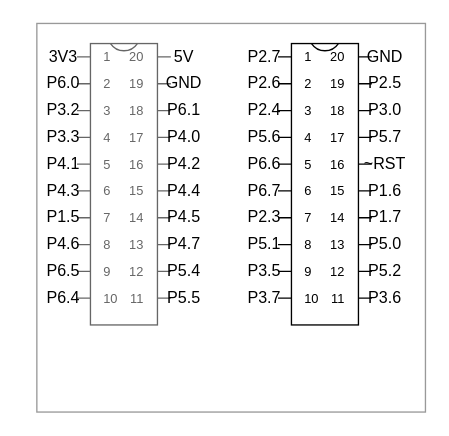
Earlier version of the draw.io diagram CAR.drawio (Garsad/Intelligent-tracking-car-C52). Source tidied: cells renumbered, new cells numbered last; positions are measured from the earlier drawing's top-left corner, leaving out a move shared by most shapes. Both pictures are drawn from the tidied source at 134%, with x=0, y=0 at pixel (23, 23).
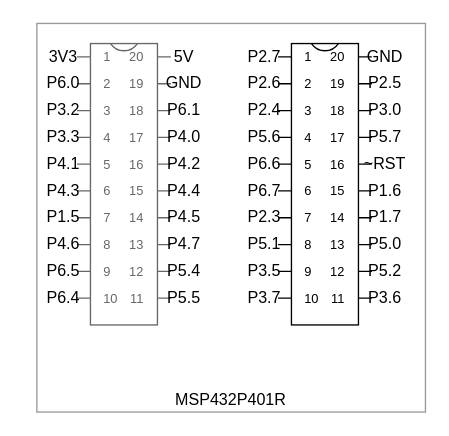
The same page after the edit.

Diff of the diagram source:
```diff
@@
-    <mxCell id="3" value="MSP432P401R" style="whiteSpace=wrap;fontColor=none;noLabel=1;opacity=40;html=1;verticalAlign=bottom;" parent="1" vertex="1">
+    <mxCell id="3" value="MSP432P401R" style="whiteSpace=wrap;fontColor=default;opacity=40;html=1;verticalAlign=bottom;" parent="1" vertex="1">
       <mxGeometry x="10" width="290" height="290" as="geometry" />
     </mxCell>
```
